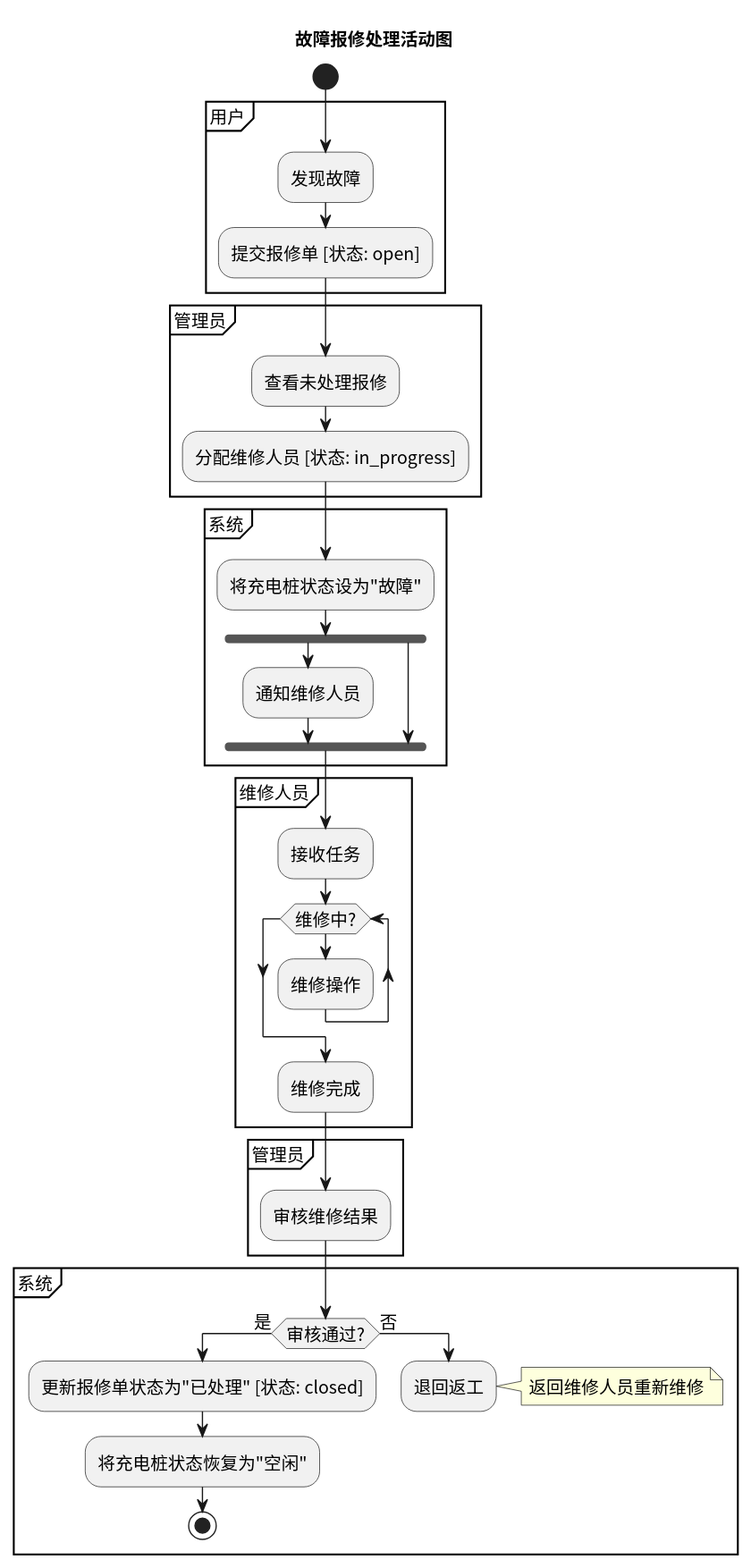
Before: activity/img/activity_repair.svg, a diagram exported from PlantUML (greenhandzdl/charging-station-doc).
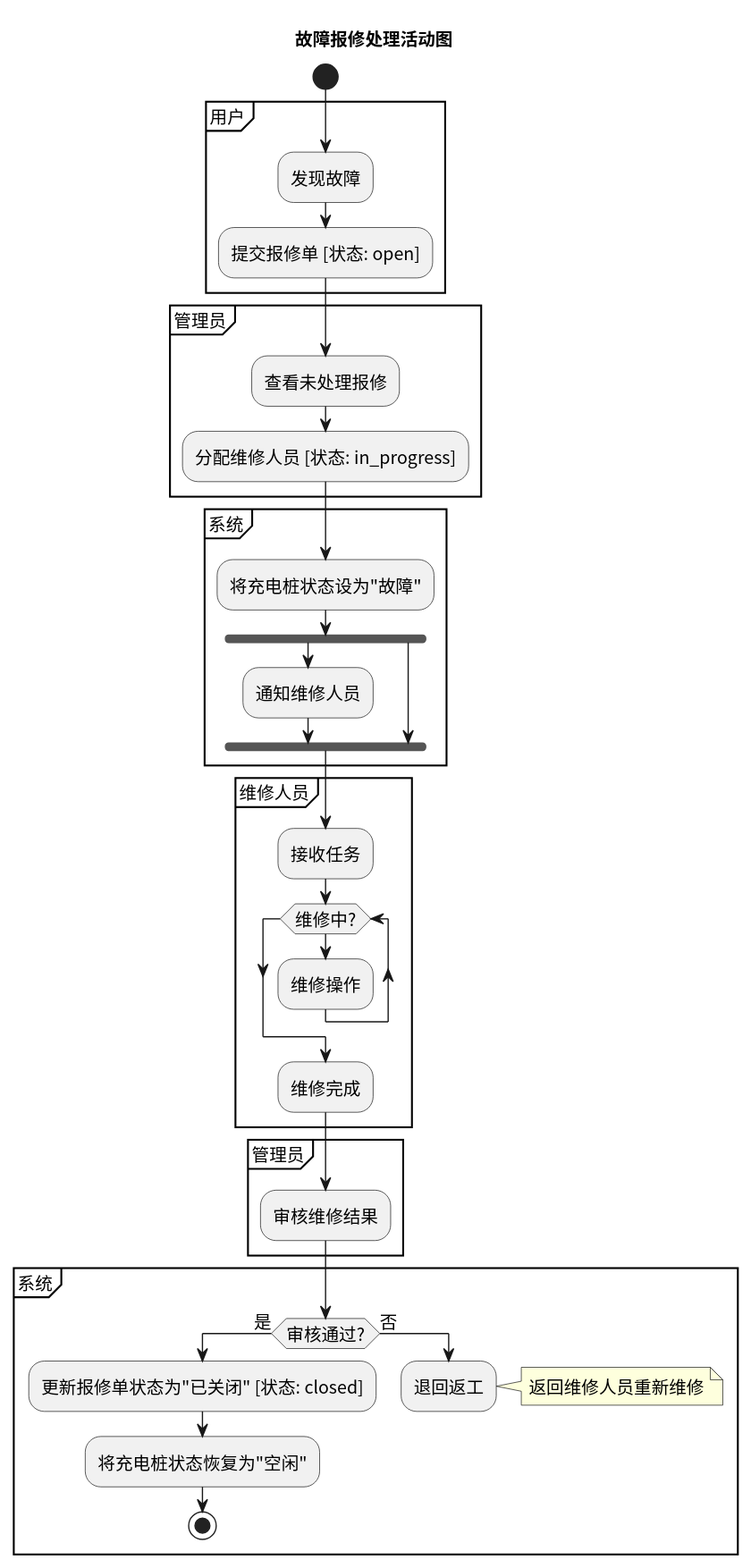
Later version of the same file.

Diff of the diagram source:
```diff
@@ -36,7 +36,7 @@
 
 partition "系统" {
   if (审核通过?) then (是)
-    :更新报修单状态为"已处理" [状态: closed];
+    :更新报修单状态为"已关闭" [状态: closed];
     :将充电桩状态恢复为"空闲";
     stop
   else (否)
```
